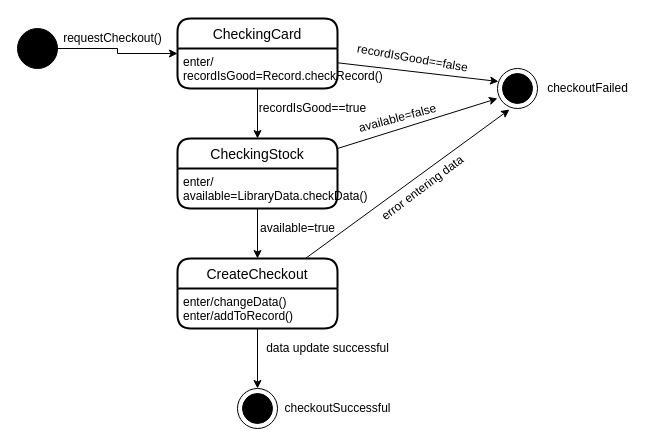
Earlier version of the draw.io diagram cois2240a2q2.drawio (DetectiveSky/COIS2240A2). Source tidied: cells renumbered, new cells numbered last; positions are measured from the earlier drawing's top-left corner, leaving out a move shared by most shapes. Both pictures are drawn from the tidied source at 100%, with x=0, y=0 at pixel (17, 18).
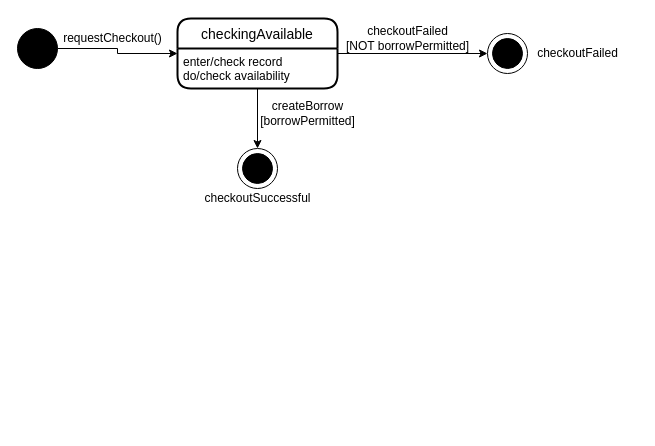
The same diagram, later.

Commit message (it also covers changes not shown here):
adjusted answer to question 2

Unchanged cells that the change refers to:
```xml
<mxCell id="12" style="ellipse;whiteSpace=wrap;html=1;fillColor=#FFFFFF;" parent="11" vertex="1">
  <mxGeometry width="40" height="40" as="geometry" />
</mxCell>
<mxCell id="15" style="ellipse;whiteSpace=wrap;html=1;fillColor=#FFFFFF;" parent="14" vertex="1">
  <mxGeometry width="40" height="40" as="geometry" />
</mxCell>
```

The edit, as a diff of the source:
```diff
@@
-    <mxCell id="4" value="CheckingCard" style="swimlane;horizontal=1;startSize=30;rounded=1;fontSize=14;fontStyle=0;strokeWidth=2;shadow=0;dashed=0;align=center;" parent="1" vertex="1">
+    <mxCell id="4" value="checkingAvailable" style="swimlane;horizontal=1;startSize=30;rounded=1;fontSize=14;fontStyle=0;strokeWidth=2;shadow=0;dashed=0;align=center;" parent="1" vertex="1">
       <mxGeometry x="160" width="160" height="70" as="geometry" />
     </mxCell>
+    <mxCell id="6" style="edgeStyle=orthogonalEdgeStyle;rounded=0;orthogonalLoop=1;jettySize=auto;html=1;exitX=0.5;exitY=1;exitDx=0;exitDy=0;" parent="4" edge="1" source="5" target="5">
+      <mxGeometry relative="1" as="geometry" />
+    </mxCell>
-    <mxCell id="5" value="enter/&#10;recordIsGood=Record.checkRecord()" style="align=left;strokeColor=none;fillColor=none;spacingLeft=4;fontSize=12;verticalAlign=top;" parent="4" vertex="1">
+    <mxCell id="5" value="enter/check record&#10;do/check availability" style="align=left;strokeColor=none;fillColor=none;spacingLeft=4;fontSize=12;verticalAlign=top;" parent="4" vertex="1">
       <mxGeometry y="30" width="160" height="40" as="geometry" />
     </mxCell>
-    <mxCell id="6" style="edgeStyle=orthogonalEdgeStyle;rounded=0;orthogonalLoop=1;jettySize=auto;html=1;exitX=0.5;exitY=1;exitDx=0;exitDy=0;" parent="4" edge="1" source="5" target="5">
-      <mxGeometry relative="1" as="geometry" />
-    </mxCell>
-    <mxCell id="7" value="CheckingStock" style="swimlane;horizontal=1;startSize=30;rounded=1;fontSize=14;fontStyle=0;strokeWidth=2;shadow=0;dashed=0;align=center;" parent="1" vertex="1">
-      <mxGeometry x="160" y="120" width="160" height="70" as="geometry" />
-    </mxCell>
-    <mxCell id="8" value="enter/&#10;available=LibraryData.checkData()" style="align=left;strokeColor=none;fillColor=none;spacingLeft=4;fontSize=12;verticalAlign=top;" parent="7" vertex="1">
-      <mxGeometry y="30" width="160" height="40" as="geometry" />
-    </mxCell>
-    <mxCell id="9" value="CreateCheckout" style="swimlane;horizontal=1;startSize=30;rounded=1;fontSize=14;fontStyle=0;strokeWidth=2;shadow=0;dashed=0;align=center;" parent="1" vertex="1">
-      <mxGeometry x="160" y="240" width="160" height="70" as="geometry" />
-    </mxCell>
-    <mxCell id="10" value="enter/changeData()&#10;enter/addToRecord()" style="align=left;strokeColor=none;fillColor=none;spacingLeft=4;fontSize=12;verticalAlign=top;" parent="9" vertex="1">
-      <mxGeometry y="30" width="160" height="40" as="geometry" />
-    </mxCell>
+    <mxCell id="19" style="edgeStyle=orthogonalEdgeStyle;rounded=0;jettySize=auto;html=1;exitX=0.5;exitY=1;exitDx=0;exitDy=0;entryX=0.5;entryY=0;entryDx=0;entryDy=0;" parent="1" edge="1" source="5" target="12">
+      <mxGeometry relative="1" as="geometry" />
+    </mxCell>
+    <mxCell id="23" value="createBorrow&lt;br&gt;[borrowPermitted]" style="text;html=1;align=center;verticalAlign=middle;strokeColor=none;fillColor=none;" parent="1" vertex="1">
+      <mxGeometry x="235" y="80" width="110" height="30" as="geometry" />
+    </mxCell>
+    <mxCell id="25" style="endArrow=classic;html=1;rounded=0;entryX=0;entryY=0.5;entryDx=0;entryDy=0;" parent="1" edge="1" source="4" target="15">
+      <mxGeometry relative="1" as="geometry" />
+    </mxCell>
+    <mxCell id="31" value="requestCheckout()" style="text;html=1;align=center;verticalAlign=middle;strokeColor=none;fillColor=none;" parent="1" vertex="1">
+      <mxGeometry x="40" y="10" width="110" height="20" as="geometry" />
+    </mxCell>
+    <mxCell id="32" style="group;" parent="1" vertex="1">
+      <mxGeometry x="180" y="130" width="120" height="60" as="geometry" />
+    </mxCell>
-    <mxCell id="11" style="group;" parent="1" vertex="1">
-      <mxGeometry x="220" y="370" width="40" height="40" as="geometry" />
+    <mxCell id="11" style="group;" parent="32" vertex="1">
+      <mxGeometry x="40" width="40" height="40" as="geometry" />
     </mxCell>
@@
+    <mxCell id="30" value="checkoutSuccessful" style="text;html=1;align=center;verticalAlign=middle;strokeColor=none;fillColor=none;" parent="32" vertex="1">
+      <mxGeometry y="40" width="120" height="20" as="geometry" />
+    </mxCell>
+    <mxCell id="33" style="group;" parent="1" vertex="1">
+      <mxGeometry x="470" y="15" width="140" height="40" as="geometry" />
+    </mxCell>
-    <mxCell id="14" style="group;" parent="1" vertex="1">
-      <mxGeometry x="480" y="50" width="40" height="40" as="geometry" />
+    <mxCell id="14" style="group;" parent="33" vertex="1">
+      <mxGeometry width="40" height="40" as="geometry" />
     </mxCell>
@@
-    <mxCell id="17" style="edgeStyle=orthogonalEdgeStyle;rounded=0;jettySize=auto;html=1;exitX=0.5;exitY=1;exitDx=0;exitDy=0;entryX=0.5;entryY=0;entryDx=0;entryDy=0;" parent="1" edge="1" source="5" target="7">
-      <mxGeometry relative="1" as="geometry" />
-    </mxCell>
-    <mxCell id="18" style="edgeStyle=orthogonalEdgeStyle;rounded=0;jettySize=auto;html=1;exitX=0.5;exitY=1;exitDx=0;exitDy=0;entryX=0.5;entryY=0;entryDx=0;entryDy=0;" parent="1" edge="1" source="8" target="9">
-      <mxGeometry relative="1" as="geometry" />
-    </mxCell>
-    <mxCell id="19" style="edgeStyle=orthogonalEdgeStyle;rounded=0;jettySize=auto;html=1;exitX=0.5;exitY=1;exitDx=0;exitDy=0;entryX=0.5;entryY=0;entryDx=0;entryDy=0;" parent="1" edge="1" source="10" target="12">
-      <mxGeometry relative="1" as="geometry" />
-    </mxCell>
-    <mxCell id="20" value="recordIsGood==true" style="text;html=1;align=center;verticalAlign=middle;strokeColor=none;fillColor=none;" parent="1" vertex="1">
-      <mxGeometry x="235" y="80" width="120" height="20" as="geometry" />
-    </mxCell>
-    <mxCell id="21" value="recordIsGood==false" style="text;html=1;align=center;verticalAlign=middle;strokeColor=none;fillColor=none;rotation=10;" parent="1" vertex="1">
-      <mxGeometry x="330" y="30" width="130" height="20" as="geometry" />
-    </mxCell>
-    <mxCell id="22" value="available=true" style="text;html=1;align=center;verticalAlign=middle;strokeColor=none;fillColor=none;" parent="1" vertex="1">
-      <mxGeometry x="235" y="200" width="90" height="20" as="geometry" />
-    </mxCell>
-    <mxCell id="23" value="data update successful" style="text;html=1;align=center;verticalAlign=middle;strokeColor=none;fillColor=none;" parent="1" vertex="1">
-      <mxGeometry x="240" y="320" width="140" height="20" as="geometry" />
-    </mxCell>
-    <mxCell id="24" style="endArrow=classic;html=1;rounded=0;entryX=0;entryY=0.75;entryDx=0;entryDy=0;entryPerimeter=0;" parent="1" edge="1" source="7" target="15">
-      <mxGeometry relative="1" as="geometry" />
-    </mxCell>
-    <mxCell id="25" style="endArrow=classic;html=1;rounded=0;entryX=0.025;entryY=0.325;entryDx=0;entryDy=0;entryPerimeter=0;" parent="1" edge="1" source="4" target="15">
-      <mxGeometry relative="1" as="geometry" />
-    </mxCell>
-    <mxCell id="26" value="checkoutFailed" style="text;html=1;align=center;verticalAlign=middle;strokeColor=none;fillColor=none;" parent="1" vertex="1">
-      <mxGeometry x="520" y="60" width="100" height="20" as="geometry" />
+    <mxCell id="26" value="checkoutFailed" style="text;html=1;align=center;verticalAlign=middle;strokeColor=none;fillColor=none;" parent="33" vertex="1">
+      <mxGeometry x="40" y="10" width="100" height="20" as="geometry" />
     </mxCell>
-    <mxCell id="27" value="available=false" style="text;html=1;align=center;verticalAlign=middle;strokeColor=none;fillColor=none;rotation=-15;" parent="1" vertex="1">
-      <mxGeometry x="330" y="90" width="100" height="20" as="geometry" />
-    </mxCell>
-    <mxCell id="28" style="endArrow=classic;html=1;rounded=0;entryX=0.3;entryY=1.025;entryDx=0;entryDy=0;entryPerimeter=0;" parent="1" edge="1" source="9" target="15">
-      <mxGeometry relative="1" as="geometry" />
-    </mxCell>
-    <mxCell id="29" value="error entering data" style="text;html=1;align=center;verticalAlign=middle;strokeColor=none;fillColor=none;rotation=-37;" parent="1" vertex="1">
-      <mxGeometry x="350" y="160" width="110" height="20" as="geometry" />
-    </mxCell>
-    <mxCell id="30" value="checkoutSuccessful" style="text;html=1;align=center;verticalAlign=middle;strokeColor=none;fillColor=none;" parent="1" vertex="1">
-      <mxGeometry x="260" y="380" width="120" height="20" as="geometry" />
-    </mxCell>
-    <mxCell id="31" value="requestCheckout()" style="text;html=1;align=center;verticalAlign=middle;strokeColor=none;fillColor=none;" parent="1" vertex="1">
-      <mxGeometry x="40" y="10" width="110" height="20" as="geometry" />
-    </mxCell>
+    <mxCell id="34" value="checkoutFailed&lt;br&gt;[NOT borrowPermitted]" style="text;html=1;align=center;verticalAlign=middle;strokeColor=none;fillColor=none;" parent="1" vertex="1">
+      <mxGeometry x="320" y="5" width="140" height="30" as="geometry" />
+    </mxCell>
```
